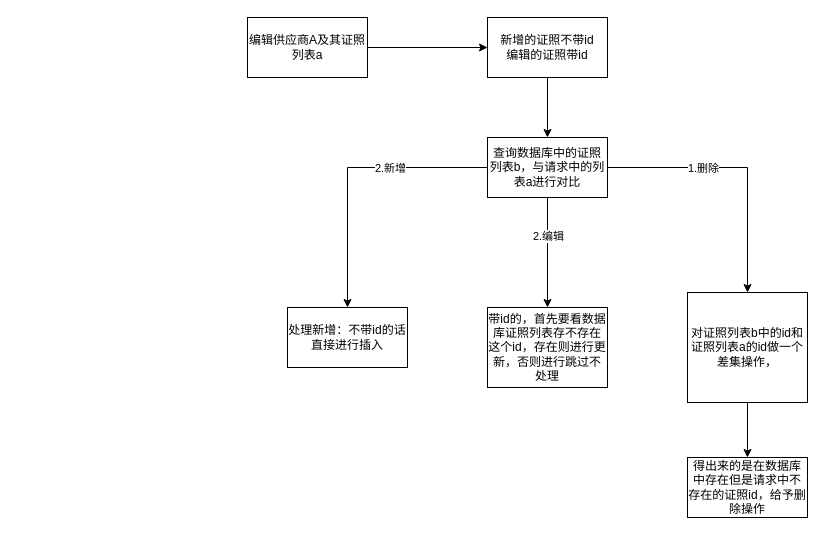
Above: gitskills/供应商证照变更.drawio in benbenbo/learngit (draw.io), before the change. Source tidied: cells renumbered, new cells numbered last; positions are measured from the earlier drawing's top-left corner, leaving out a move shared by most shapes. Both pictures are drawn from the tidied source at 100%, with x=0, y=0 at pixel (247, 17).
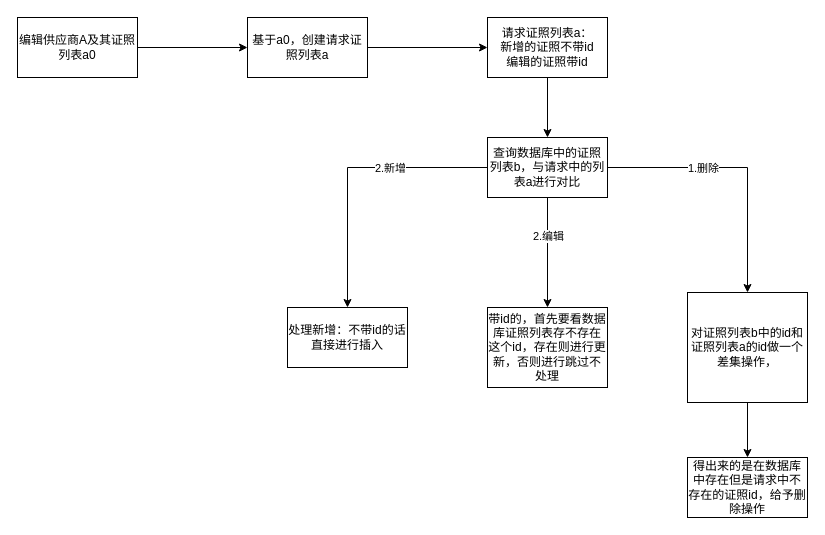
Above is the later version.

Commit message (it also covers changes not shown here):
Update 供应商证照变更.drawio

The edit, as a diff of the source:
```diff
@@
 <mxGraphModel>
   <root>
     <mxCell id="0" />
     <mxCell id="1" parent="0" />
-    <mxCell id="2" style="edgeStyle=orthogonalEdgeStyle;rounded=0;jettySize=auto;html=1;entryX=0;entryY=0.5;entryDx=0;entryDy=0;" parent="1" edge="1" source="3" target="5">
-      <mxGeometry relative="1" as="geometry" />
-    </mxCell>
+    <mxCell id="18" style="edgeStyle=orthogonalEdgeStyle;rounded=0;jettySize=auto;html=1;entryX=0;entryY=0.5;entryDx=0;entryDy=0;" parent="1" edge="1" source="3" target="20">
+      <mxGeometry relative="1" as="geometry" />
+    </mxCell>
-    <mxCell id="3" value="编辑供应商A及其证照列表a" style="rounded=0;whiteSpace=wrap;html=1;" parent="1" vertex="1">
-      <mxGeometry width="120" height="60" as="geometry" />
+    <mxCell id="3" value="编辑供应商A及其证照列表a0" style="rounded=0;whiteSpace=wrap;html=1;" parent="1" vertex="1">
+      <mxGeometry x="-230" width="120" height="60" as="geometry" />
     </mxCell>
     <mxCell id="4" style="edgeStyle=orthogonalEdgeStyle;rounded=0;jettySize=auto;html=1;entryX=0.5;entryY=0;entryDx=0;entryDy=0;" parent="1" edge="1" source="5" target="12">
       <mxGeometry relative="1" as="geometry" />
     </mxCell>
-    <mxCell id="5" value="新增的证照不带id&lt;br&gt;编辑的证照带id&lt;br&gt;" style="rounded=0;whiteSpace=wrap;html=1;" parent="1" vertex="1">
+    <mxCell id="5" value="请求证照列表a：&lt;br&gt;新增的证照不带id&lt;br&gt;编辑的证照带id" style="rounded=0;whiteSpace=wrap;html=1;" parent="1" vertex="1">
       <mxGeometry x="240" width="120" height="60" as="geometry" />
     </mxCell>
-    <mxCell id="6" style="edgeStyle=orthogonalEdgeStyle;rounded=0;jettySize=auto;html=1;" parent="1" edge="1" source="12" target="13">
+    <mxCell id="6" style="edgeStyle=orthogonalEdgeStyle;rounded=0;jettySize=auto;html=1;entryX=0.5;entryY=0;entryDx=0;entryDy=0;" parent="1" edge="1" source="12" target="13">
       <mxGeometry relative="1" as="geometry" />
     </mxCell>
     <mxCell id="7" value="2.新增" style="edgeLabel;html=1;align=center;verticalAlign=middle;" parent="6" vertex="1">
       <mxGeometry x="-0.3" relative="1" as="geometry" />
     </mxCell>
     <mxCell id="8" style="edgeStyle=orthogonalEdgeStyle;rounded=0;jettySize=auto;html=1;" parent="1" edge="1" source="12" target="14">
       <mxGeometry relative="1" as="geometry" />
     </mxCell>
     <mxCell id="9" value="2.编辑" style="edgeLabel;html=1;align=center;verticalAlign=middle;" parent="8" vertex="1">
       <mxGeometry x="-0.31" relative="1" as="geometry" />
     </mxCell>
     <mxCell id="10" style="edgeStyle=orthogonalEdgeStyle;rounded=0;jettySize=auto;html=1;entryX=0.5;entryY=0;entryDx=0;entryDy=0;" parent="1" edge="1" source="12" target="16">
       <mxGeometry relative="1" as="geometry" />
     </mxCell>
     <mxCell id="11" value="1.删除" style="edgeLabel;html=1;align=center;verticalAlign=middle;" parent="10" vertex="1">
       <mxGeometry x="-0.28" relative="1" as="geometry" />
     </mxCell>
     <mxCell id="12" value="查询数据库中的证照列表b，与请求中的列表a进行对比" style="rounded=0;whiteSpace=wrap;html=1;" parent="1" vertex="1">
       <mxGeometry x="240" y="120" width="120" height="60" as="geometry" />
     </mxCell>
     <mxCell id="13" value="处理新增：不带id的话直接进行插入" style="rounded=0;whiteSpace=wrap;html=1;" parent="1" vertex="1">
       <mxGeometry x="40" y="290" width="120" height="60" as="geometry" />
     </mxCell>
     <mxCell id="14" value="带id的，首先要看数据库证照列表存不存在这个id，存在则进行更新，否则进行跳过不处理" style="rounded=0;whiteSpace=wrap;html=1;" parent="1" vertex="1">
       <mxGeometry x="240" y="290" width="120" height="80" as="geometry" />
     </mxCell>
     <mxCell id="15" style="edgeStyle=orthogonalEdgeStyle;rounded=0;jettySize=auto;html=1;entryX=0.5;entryY=0;entryDx=0;entryDy=0;" parent="1" edge="1" source="16" target="17">
       <mxGeometry relative="1" as="geometry" />
     </mxCell>
     <mxCell id="16" value="对证照列表b中的id和证照列表a的id做一个差集操作，" style="rounded=0;whiteSpace=wrap;html=1;" parent="1" vertex="1">
       <mxGeometry x="440" y="275" width="120" height="110" as="geometry" />
     </mxCell>
     <mxCell id="17" value="&lt;span&gt;得出来的是在数据库中存在但是请求中不存在的证照id，给予删除操作&lt;/span&gt;" style="rounded=0;whiteSpace=wrap;html=1;" parent="1" vertex="1">
       <mxGeometry x="440" y="440" width="120" height="60" as="geometry" />
     </mxCell>
+    <mxCell id="19" style="edgeStyle=orthogonalEdgeStyle;rounded=0;jettySize=auto;html=1;entryX=0;entryY=0.5;entryDx=0;entryDy=0;" parent="1" edge="1" source="20" target="5">
+      <mxGeometry relative="1" as="geometry" />
+    </mxCell>
+    <mxCell id="20" value="基于a0，创建请求证照列表a" style="rounded=0;whiteSpace=wrap;html=1;" parent="1" vertex="1">
+      <mxGeometry width="120" height="60" as="geometry" />
+    </mxCell>
   </root>
 </mxGraphModel>
```
